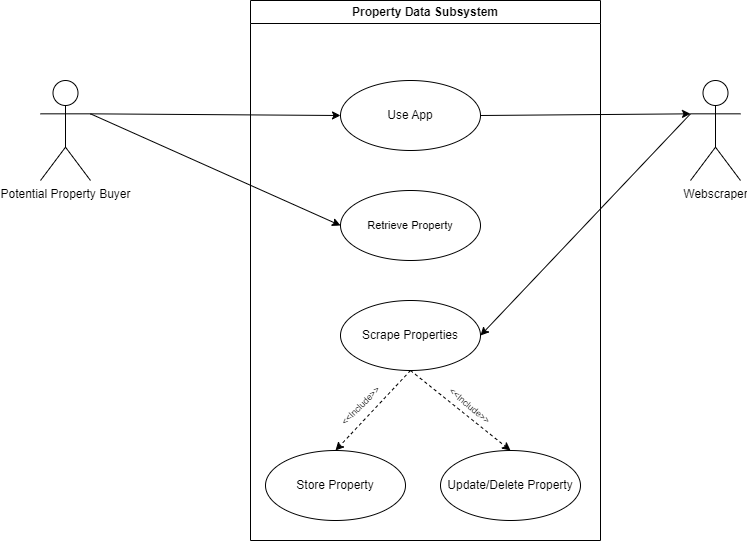
The draw.io diagram diagrams/use-case diagrams/exports/property-data-usecase.png in COS301-SE-2023/EstateMatch, before a commit. Source tidied: cells renumbered, new cells last; positions are measured from the earlier drawing's top-left corner, leaving out a move shared by most shapes. Its diagram source:
```xml
<mxGraphModel>
  <root>
    <mxCell id="0" />
    <mxCell id="1" parent="0" />
    <mxCell id="2" value="Property Data Subsystem" style="swimlane;whiteSpace=wrap;html=1;" parent="1" vertex="1">
      <mxGeometry x="210" width="350" height="540" as="geometry" />
    </mxCell>
    <mxCell id="3" style="edgeStyle=none;html=1;exitX=0.5;exitY=1;exitDx=0;exitDy=0;entryX=0.5;entryY=0;entryDx=0;entryDy=0;dashed=1;" parent="2" edge="1" source="5" target="7">
      <mxGeometry relative="1" as="geometry" />
    </mxCell>
    <mxCell id="4" style="edgeStyle=none;html=1;exitX=0.5;exitY=1;exitDx=0;exitDy=0;entryX=0.5;entryY=0;entryDx=0;entryDy=0;fontSize=11;dashed=1;" parent="2" edge="1" source="5" target="10">
      <mxGeometry relative="1" as="geometry" />
    </mxCell>
    <mxCell id="5" value="Scrape Properties" style="ellipse;whiteSpace=wrap;html=1;" parent="2" vertex="1">
      <mxGeometry x="90" y="300" width="140" height="70" as="geometry" />
    </mxCell>
    <mxCell id="6" value="Use App" style="ellipse;whiteSpace=wrap;html=1;" parent="2" vertex="1">
      <mxGeometry x="90" y="80" width="140" height="70" as="geometry" />
    </mxCell>
    <mxCell id="7" value="Store Property" style="ellipse;whiteSpace=wrap;html=1;" parent="2" vertex="1">
      <mxGeometry x="15" y="450" width="140" height="70" as="geometry" />
    </mxCell>
    <mxCell id="8" value="&lt;font style=&quot;font-size: 9px;&quot;&gt;&amp;lt;&amp;lt;Include&amp;gt;&amp;gt;&lt;/font&gt;" style="text;html=1;strokeColor=none;fillColor=none;align=center;verticalAlign=middle;whiteSpace=wrap;rounded=0;fontSize=11;rotation=-45;" parent="2" vertex="1">
      <mxGeometry x="80" y="390" width="60" height="30" as="geometry" />
    </mxCell>
    <mxCell id="9" value="&lt;font style=&quot;font-size: 11px;&quot;&gt;Retrieve Property&lt;/font&gt;" style="ellipse;whiteSpace=wrap;html=1;fontSize=9;" parent="2" vertex="1">
      <mxGeometry x="90" y="190" width="140" height="70" as="geometry" />
    </mxCell>
    <mxCell id="10" value="Update/Delete Property" style="ellipse;whiteSpace=wrap;html=1;" parent="2" vertex="1">
      <mxGeometry x="190" y="450" width="140" height="70" as="geometry" />
    </mxCell>
    <mxCell id="11" value="&lt;font style=&quot;font-size: 9px;&quot;&gt;&amp;lt;&amp;lt;Include&amp;gt;&amp;gt;&lt;/font&gt;" style="text;html=1;strokeColor=none;fillColor=none;align=center;verticalAlign=middle;whiteSpace=wrap;rounded=0;fontSize=11;rotation=40;" parent="2" vertex="1">
      <mxGeometry x="190" y="390" width="60" height="30" as="geometry" />
    </mxCell>
    <mxCell id="12" style="edgeStyle=none;html=1;exitX=1;exitY=0.3333333333333333;exitDx=0;exitDy=0;exitPerimeter=0;entryX=0;entryY=0.5;entryDx=0;entryDy=0;" parent="1" edge="1" source="14" target="6">
      <mxGeometry relative="1" as="geometry" />
    </mxCell>
    <mxCell id="13" style="edgeStyle=none;html=1;exitX=1;exitY=0.3333333333333333;exitDx=0;exitDy=0;exitPerimeter=0;entryX=0;entryY=0.5;entryDx=0;entryDy=0;fontSize=11;" parent="1" edge="1" source="14" target="9">
      <mxGeometry relative="1" as="geometry" />
    </mxCell>
    <mxCell id="14" value="Potential Property Buyer" style="shape=umlActor;verticalLabelPosition=bottom;verticalAlign=top;html=1;" parent="1" vertex="1">
      <mxGeometry y="80" width="50" height="100" as="geometry" />
    </mxCell>
    <mxCell id="15" style="edgeStyle=none;html=1;exitX=0;exitY=0.3333333333333333;exitDx=0;exitDy=0;exitPerimeter=0;entryX=1;entryY=0.5;entryDx=0;entryDy=0;" parent="1" edge="1" source="16" target="5">
      <mxGeometry relative="1" as="geometry" />
    </mxCell>
    <mxCell id="16" value="Webscraper" style="shape=umlActor;verticalLabelPosition=bottom;verticalAlign=top;html=1;" parent="1" vertex="1">
      <mxGeometry x="650" y="80" width="50" height="100" as="geometry" />
    </mxCell>
    <mxCell id="17" style="edgeStyle=none;html=1;exitX=1;exitY=0.5;exitDx=0;exitDy=0;entryX=0;entryY=0.3333333333333333;entryDx=0;entryDy=0;entryPerimeter=0;" parent="1" edge="1" source="6" target="16">
      <mxGeometry relative="1" as="geometry" />
    </mxCell>
  </root>
</mxGraphModel>
```
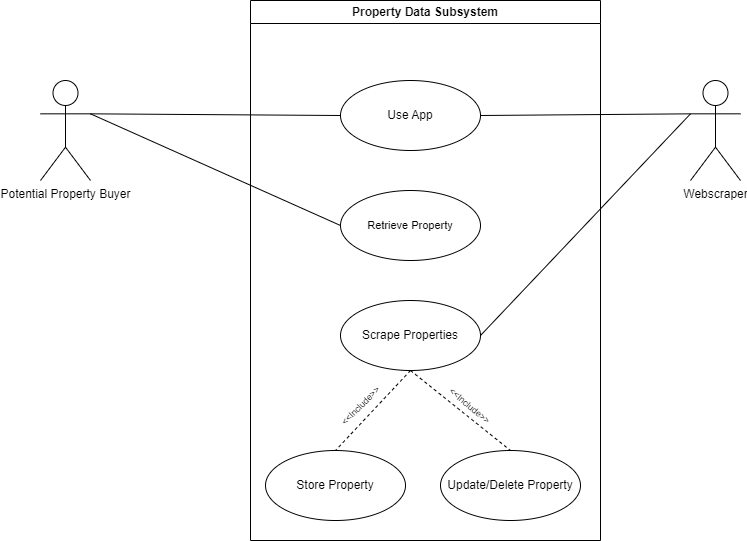
Later version of the same file.

Commit message:
📝 (diagrams) Updated usecase exports

Diff of the diagram source:
```diff
@@ -5,10 +5,10 @@
     <mxCell id="2" value="Property Data Subsystem" style="swimlane;whiteSpace=wrap;html=1;" parent="1" vertex="1">
       <mxGeometry x="210" width="350" height="540" as="geometry" />
     </mxCell>
-    <mxCell id="3" style="edgeStyle=none;html=1;exitX=0.5;exitY=1;exitDx=0;exitDy=0;entryX=0.5;entryY=0;entryDx=0;entryDy=0;dashed=1;" parent="2" edge="1" source="5" target="7">
+    <mxCell id="3" style="edgeStyle=none;html=1;exitX=0.5;exitY=1;exitDx=0;exitDy=0;entryX=0.5;entryY=0;entryDx=0;entryDy=0;dashed=1;endArrow=none;endFill=0;" parent="2" edge="1" source="5" target="7">
       <mxGeometry relative="1" as="geometry" />
     </mxCell>
-    <mxCell id="4" style="edgeStyle=none;html=1;exitX=0.5;exitY=1;exitDx=0;exitDy=0;entryX=0.5;entryY=0;entryDx=0;entryDy=0;fontSize=11;dashed=1;" parent="2" edge="1" source="5" target="10">
+    <mxCell id="4" style="edgeStyle=none;html=1;exitX=0.5;exitY=1;exitDx=0;exitDy=0;entryX=0.5;entryY=0;entryDx=0;entryDy=0;fontSize=11;dashed=1;endArrow=none;endFill=0;" parent="2" edge="1" source="5" target="10">
       <mxGeometry relative="1" as="geometry" />
     </mxCell>
     <mxCell id="5" value="Scrape Properties" style="ellipse;whiteSpace=wrap;html=1;" parent="2" vertex="1">
@@ -32,22 +32,22 @@
     <mxCell id="11" value="&lt;font style=&quot;font-size: 9px;&quot;&gt;&amp;lt;&amp;lt;Include&amp;gt;&amp;gt;&lt;/font&gt;" style="text;html=1;strokeColor=none;fillColor=none;align=center;verticalAlign=middle;whiteSpace=wrap;rounded=0;fontSize=11;rotation=40;" parent="2" vertex="1">
       <mxGeometry x="190" y="390" width="60" height="30" as="geometry" />
     </mxCell>
-    <mxCell id="12" style="edgeStyle=none;html=1;exitX=1;exitY=0.3333333333333333;exitDx=0;exitDy=0;exitPerimeter=0;entryX=0;entryY=0.5;entryDx=0;entryDy=0;" parent="1" edge="1" source="14" target="6">
+    <mxCell id="12" style="edgeStyle=none;html=1;exitX=1;exitY=0.3333333333333333;exitDx=0;exitDy=0;exitPerimeter=0;entryX=0;entryY=0.5;entryDx=0;entryDy=0;endArrow=none;endFill=0;" parent="1" edge="1" source="14" target="6">
       <mxGeometry relative="1" as="geometry" />
     </mxCell>
-    <mxCell id="13" style="edgeStyle=none;html=1;exitX=1;exitY=0.3333333333333333;exitDx=0;exitDy=0;exitPerimeter=0;entryX=0;entryY=0.5;entryDx=0;entryDy=0;fontSize=11;" parent="1" edge="1" source="14" target="9">
+    <mxCell id="13" style="edgeStyle=none;html=1;exitX=1;exitY=0.3333333333333333;exitDx=0;exitDy=0;exitPerimeter=0;entryX=0;entryY=0.5;entryDx=0;entryDy=0;fontSize=11;endArrow=none;endFill=0;" parent="1" edge="1" source="14" target="9">
       <mxGeometry relative="1" as="geometry" />
     </mxCell>
     <mxCell id="14" value="Potential Property Buyer" style="shape=umlActor;verticalLabelPosition=bottom;verticalAlign=top;html=1;" parent="1" vertex="1">
       <mxGeometry y="80" width="50" height="100" as="geometry" />
     </mxCell>
-    <mxCell id="15" style="edgeStyle=none;html=1;exitX=0;exitY=0.3333333333333333;exitDx=0;exitDy=0;exitPerimeter=0;entryX=1;entryY=0.5;entryDx=0;entryDy=0;" parent="1" edge="1" source="16" target="5">
+    <mxCell id="15" style="edgeStyle=none;html=1;exitX=0;exitY=0.3333333333333333;exitDx=0;exitDy=0;exitPerimeter=0;entryX=1;entryY=0.5;entryDx=0;entryDy=0;endArrow=none;endFill=0;" parent="1" edge="1" source="16" target="5">
       <mxGeometry relative="1" as="geometry" />
     </mxCell>
     <mxCell id="16" value="Webscraper" style="shape=umlActor;verticalLabelPosition=bottom;verticalAlign=top;html=1;" parent="1" vertex="1">
       <mxGeometry x="650" y="80" width="50" height="100" as="geometry" />
     </mxCell>
-    <mxCell id="17" style="edgeStyle=none;html=1;exitX=1;exitY=0.5;exitDx=0;exitDy=0;entryX=0;entryY=0.3333333333333333;entryDx=0;entryDy=0;entryPerimeter=0;" parent="1" edge="1" source="6" target="16">
+    <mxCell id="17" style="edgeStyle=none;html=1;exitX=1;exitY=0.5;exitDx=0;exitDy=0;entryX=0;entryY=0.3333333333333333;entryDx=0;entryDy=0;entryPerimeter=0;endArrow=none;endFill=0;" parent="1" edge="1" source="6" target="16">
       <mxGeometry relative="1" as="geometry" />
     </mxCell>
   </root>
```
